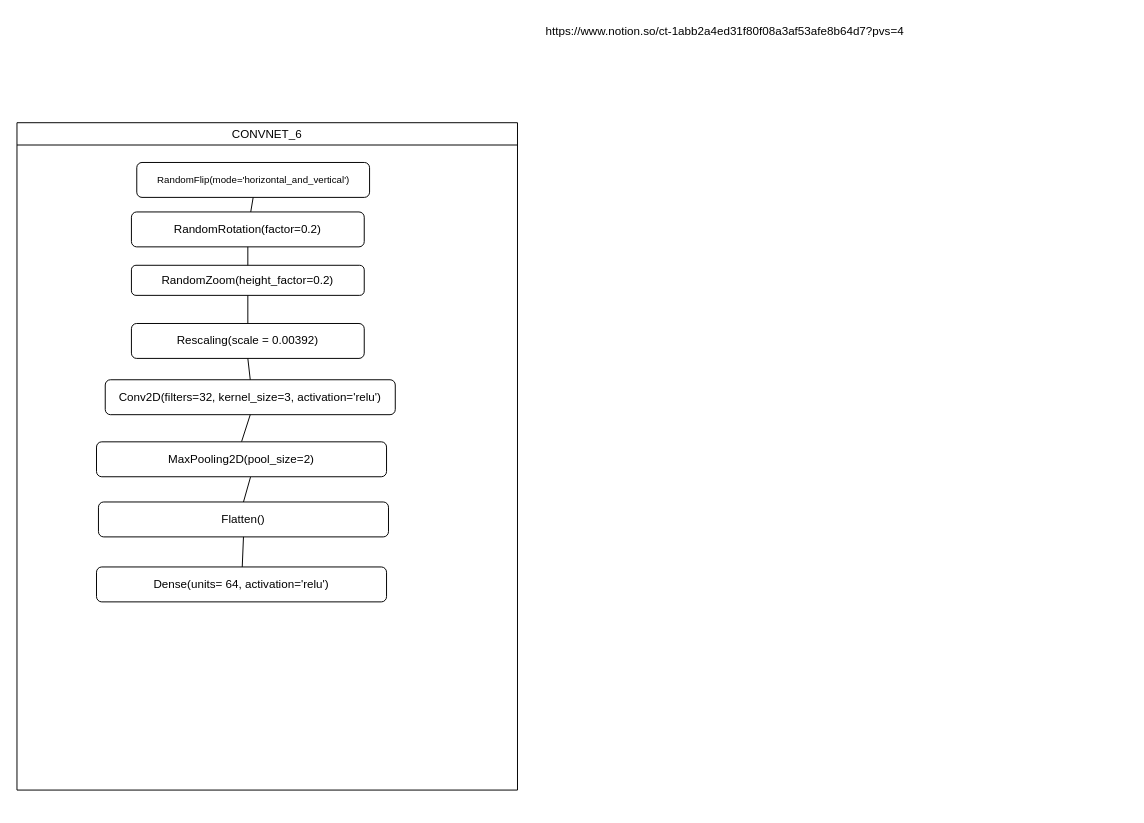
Before: bai_lam.drawio in zalexdevon/plant_disease_classifier_new, a draw.io diagram. Source tidied: cells renumbered, new cells numbered last; positions are measured from the earlier drawing's top-left corner, leaving out a move shared by most shapes. Both pictures are drawn from the tidied source at 97%, with x=0, y=0 at pixel (16, 16).
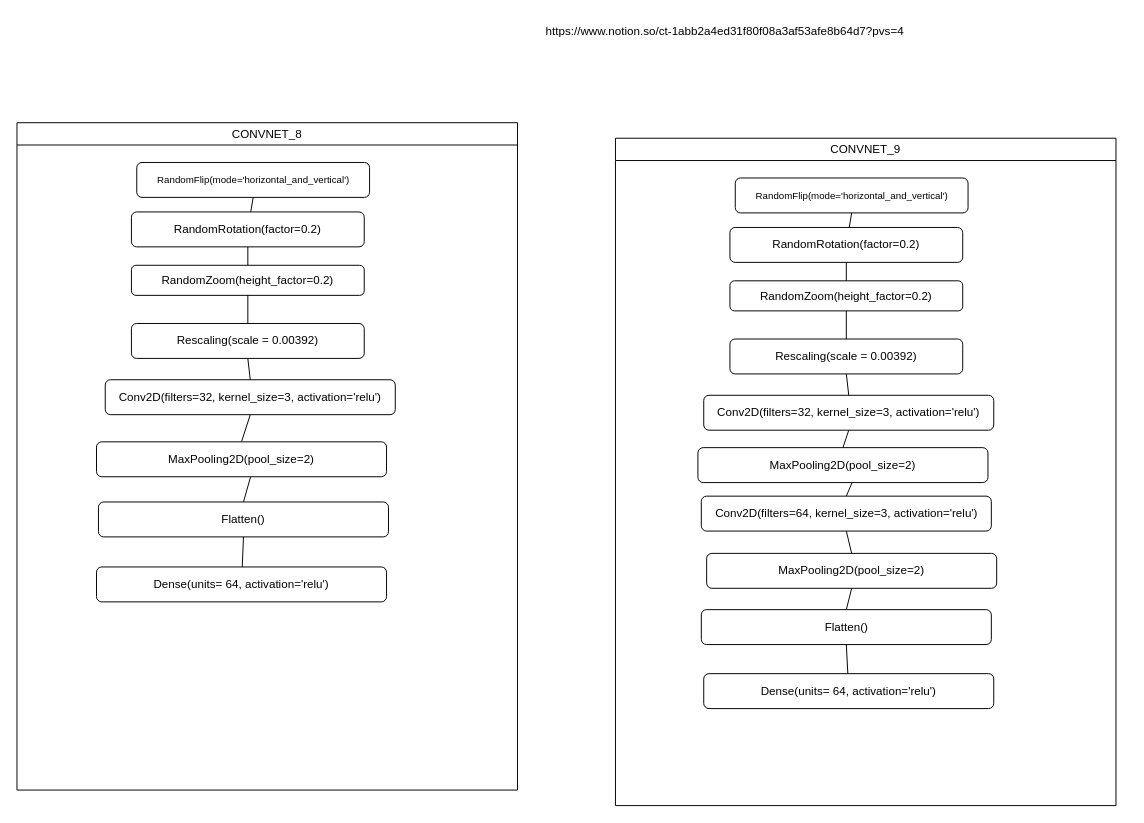
The same page after the edit.

Diff of the diagram source:
```diff
@@
-    <mxCell id="3" value="&lt;span style=&quot;font-weight: normal;&quot;&gt;CONVNET_6&lt;/span&gt;" style="swimlane;whiteSpace=wrap;html=1;startSize=23;" parent="1" vertex="1">
+    <mxCell id="3" value="&lt;span style=&quot;font-weight: normal;&quot;&gt;CONVNET_8&lt;/span&gt;" style="swimlane;whiteSpace=wrap;html=1;startSize=23;" parent="1" vertex="1">
       <mxGeometry y="109" width="516" height="688" as="geometry" />
     </mxCell>
@@
+    <mxCell id="19" value="&lt;span style=&quot;font-weight: normal;&quot;&gt;CONVNET_9&lt;/span&gt;" style="swimlane;whiteSpace=wrap;html=1;startSize=23;" parent="1" vertex="1">
+      <mxGeometry x="617" y="125" width="516" height="688" as="geometry" />
+    </mxCell>
+    <mxCell id="20" value="&lt;font style=&quot;font-size: 10px;&quot;&gt;RandomFlip(mode='horizontal_and_vertical')&lt;/font&gt;" style="rounded=1;whiteSpace=wrap;html=1;" parent="19" vertex="1">
+      <mxGeometry x="123.5" y="41" width="240" height="36" as="geometry" />
+    </mxCell>
+    <mxCell id="21" value="RandomRotation(factor=0.2)" style="rounded=1;whiteSpace=wrap;html=1;" parent="19" vertex="1">
+      <mxGeometry x="118" y="92" width="240" height="36" as="geometry" />
+    </mxCell>
+    <mxCell id="22" value="RandomZoom(height_factor=0.2)" style="rounded=1;whiteSpace=wrap;html=1;" parent="19" vertex="1">
+      <mxGeometry x="118" y="147" width="240" height="31" as="geometry" />
+    </mxCell>
+    <mxCell id="23" value="Rescaling(scale = 0.00392)" style="rounded=1;whiteSpace=wrap;html=1;" parent="19" vertex="1">
+      <mxGeometry x="118" y="207" width="240" height="36" as="geometry" />
+    </mxCell>
+    <mxCell id="24" value="Conv2D(filters=32, kernel_size=3, activation='relu')" style="rounded=1;whiteSpace=wrap;html=1;" parent="19" vertex="1">
+      <mxGeometry x="91" y="265" width="299" height="36" as="geometry" />
+    </mxCell>
+    <mxCell id="25" value="Flatten()" style="rounded=1;whiteSpace=wrap;html=1;" parent="19" vertex="1">
+      <mxGeometry x="88.5" y="486" width="299" height="36" as="geometry" />
+    </mxCell>
+    <mxCell id="26" value="Dense(units=  64, activation='relu')" style="rounded=1;whiteSpace=wrap;html=1;" parent="19" vertex="1">
+      <mxGeometry x="91" y="552" width="299" height="36" as="geometry" />
+    </mxCell>
+    <mxCell id="27" style="endArrow=none;html=1;rounded=0;entryX=0.5;entryY=1;entryDx=0;entryDy=0;" parent="19" edge="1" source="21" target="20">
+      <mxGeometry relative="1" as="geometry" />
+    </mxCell>
+    <mxCell id="28" style="endArrow=none;html=1;rounded=0;entryX=0.5;entryY=1;entryDx=0;entryDy=0;exitX=0.5;exitY=0;exitDx=0;exitDy=0;" parent="19" edge="1" source="22" target="21">
+      <mxGeometry relative="1" as="geometry" />
+    </mxCell>
+    <mxCell id="29" style="endArrow=none;html=1;rounded=0;entryX=0.5;entryY=0;entryDx=0;entryDy=0;exitX=0.5;exitY=1;exitDx=0;exitDy=0;" parent="19" edge="1" source="23" target="24">
+      <mxGeometry relative="1" as="geometry" />
+    </mxCell>
+    <mxCell id="30" style="endArrow=none;html=1;rounded=0;entryX=0.5;entryY=1;entryDx=0;entryDy=0;exitX=0.5;exitY=0;exitDx=0;exitDy=0;" parent="19" edge="1" source="23" target="22">
+      <mxGeometry relative="1" as="geometry" />
+    </mxCell>
+    <mxCell id="31" style="endArrow=none;html=1;rounded=0;entryX=0.5;entryY=1;entryDx=0;entryDy=0;exitX=0.5;exitY=0;exitDx=0;exitDy=0;" parent="19" edge="1" source="33" target="24">
+      <mxGeometry relative="1" as="geometry" />
+    </mxCell>
+    <mxCell id="32" style="endArrow=none;html=1;rounded=0;entryX=0.5;entryY=1;entryDx=0;entryDy=0;" parent="19" edge="1" source="26" target="25">
+      <mxGeometry relative="1" as="geometry" />
+    </mxCell>
+    <mxCell id="33" value="MaxPooling2D(pool_size=2)" style="rounded=1;whiteSpace=wrap;html=1;" parent="19" vertex="1">
+      <mxGeometry x="85" y="319" width="299" height="36" as="geometry" />
+    </mxCell>
+    <mxCell id="34" style="endArrow=none;html=1;rounded=0;entryX=0.531;entryY=1.009;entryDx=0;entryDy=0;exitX=0.5;exitY=0;exitDx=0;exitDy=0;entryPerimeter=0;" parent="19" edge="1" source="35" target="33">
+      <mxGeometry relative="1" as="geometry" />
+    </mxCell>
+    <mxCell id="35" value="Conv2D(filters=64, kernel_size=3, activation='relu')" style="rounded=1;whiteSpace=wrap;html=1;" parent="19" vertex="1">
+      <mxGeometry x="88.5" y="369" width="299" height="36" as="geometry" />
+    </mxCell>
+    <mxCell id="36" value="MaxPooling2D(pool_size=2)" style="rounded=1;whiteSpace=wrap;html=1;" parent="19" vertex="1">
+      <mxGeometry x="94" y="428" width="299" height="36" as="geometry" />
+    </mxCell>
+    <mxCell id="37" style="endArrow=none;html=1;rounded=0;entryX=0.5;entryY=1;entryDx=0;entryDy=0;exitX=0.5;exitY=0;exitDx=0;exitDy=0;" parent="19" edge="1" source="36" target="35">
+      <mxGeometry relative="1" as="geometry" />
+    </mxCell>
+    <mxCell id="38" style="endArrow=none;html=1;rounded=0;entryX=0.5;entryY=0;entryDx=0;entryDy=0;exitX=0.5;exitY=1;exitDx=0;exitDy=0;" parent="19" edge="1" source="36" target="25">
+      <mxGeometry relative="1" as="geometry" />
+    </mxCell>
```
